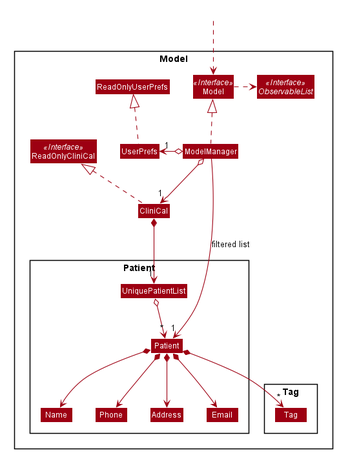
nus-cs2103-AY2021S1/tp keeps this PlantUML diagram as docs/images/ModelClassDiagram.png. Above is the earlier version.
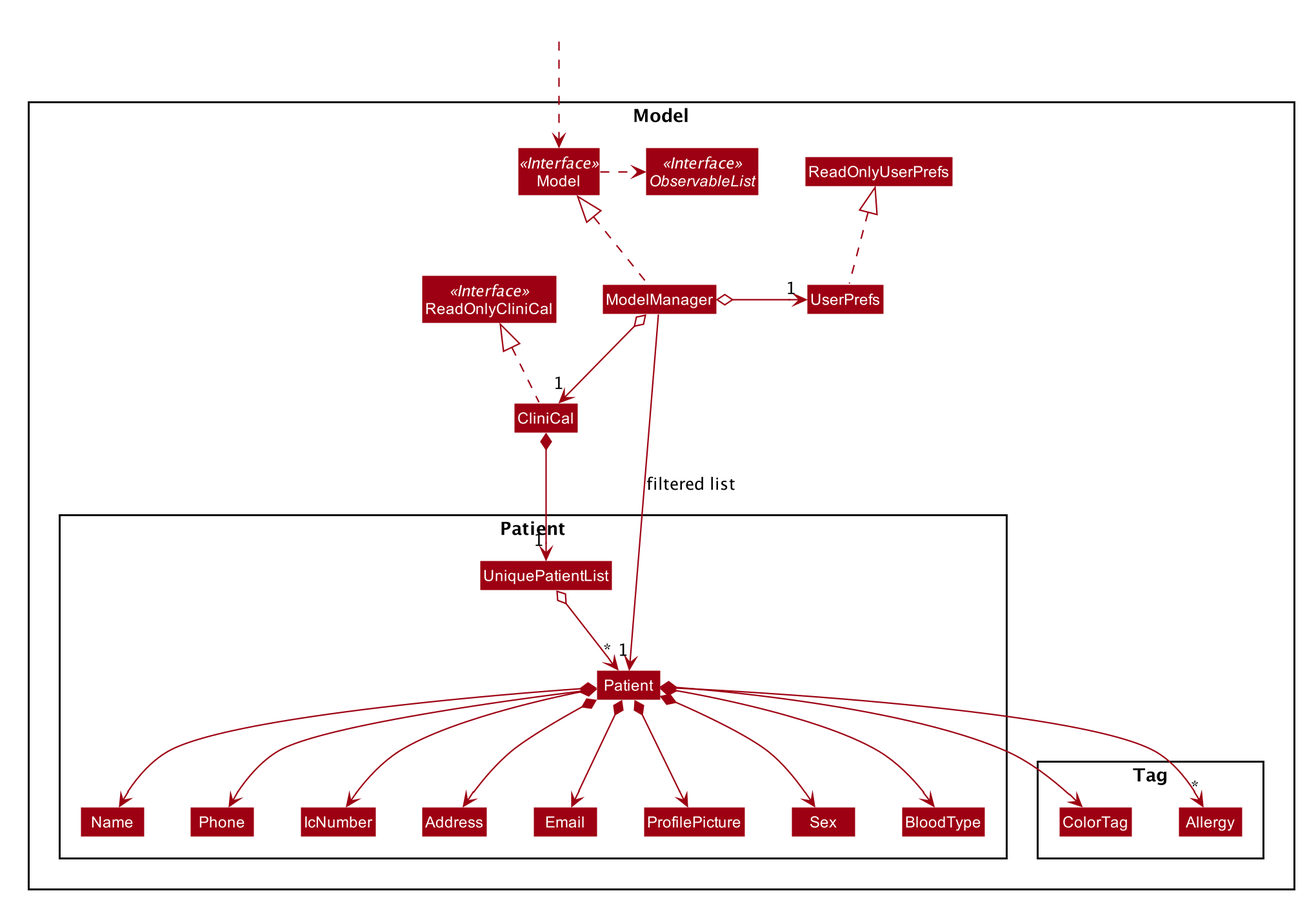
The same diagram one commit later.

Commit message:
Update dg to reflect new patient fields

Change to the diagram source:
```diff
@@ -64,15 +64,20 @@
 
 Package Patient {
 Class Patient
+Class Name
+Class Phone
+Class IcNumber
 Class Address
 Class Email
-Class Name
-Class Phone
+Class ProfilePicture
+Class Sex
+Class BloodType
 Class UniquePatientList
 }
 
 Package Tag {
-Class Tag
+Class ColorTag
+Class Allergy
 }
 }
 
@@ -84,20 +89,30 @@
 ModelManager .up.|> Model
 Model .right.> ObservableList
 ModelManager o--> "1" CliniCal
-ModelManager o-left-> "1" UserPrefs
+ModelManager o-right-> "1" UserPrefs
 UserPrefs .up.|> ReadOnlyUserPrefs
 
 CliniCal *--> "1" UniquePatientList
 UniquePatientList o--> "*" Patient
 Patient *--> Name
 Patient *--> Phone
+Patient *--> IcNumber
+Patient *--> Address
 Patient *--> Email
-Patient *--> Address
-Patient *--> "*" Tag
+Patient *--> ProfilePicture
+Patient *--> Sex
+Patient *--> BloodType
+Patient *--> "*" Allergy
+Patient *--> ColorTag
 
 Name -[hidden]right-> Phone
-Phone -[hidden]right-> Address
+Phone -[hidden]right-> IcNumber
+IcNumber -[hidden]right-> Address
 Address -[hidden]right-> Email
+Email -[hidden]right-> ProfilePicture
+ProfilePicture -[hidden]right-> Sex
+Sex -[hidden]right-> BloodType
+Allergy -[hidden]right-> BloodType
 
 ModelManager -->"1" Patient : filtered list
 @enduml
```
